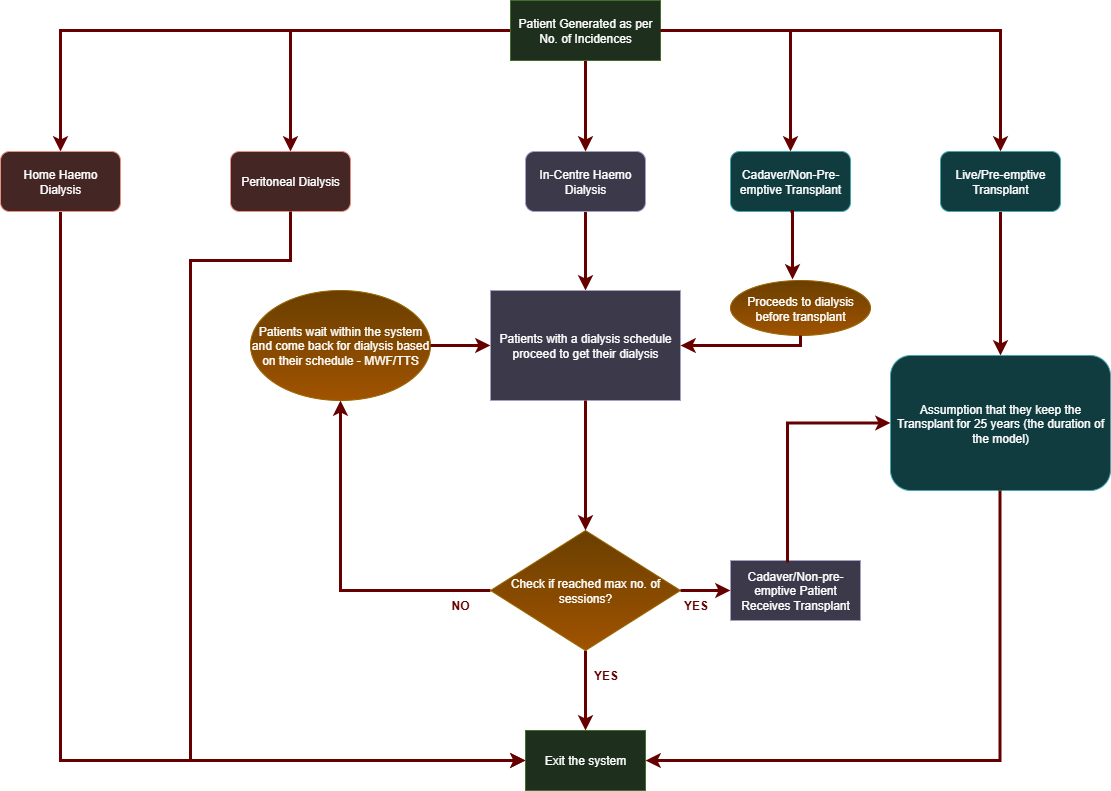
Above: flow 2.drawio.png in ScullyNHS/SouthWestRenalDES (draw.io), before the change. Source tidied: cells renumbered, new cells last; positions are measured from the earlier drawing's top-left corner, leaving out a move shared by most shapes.
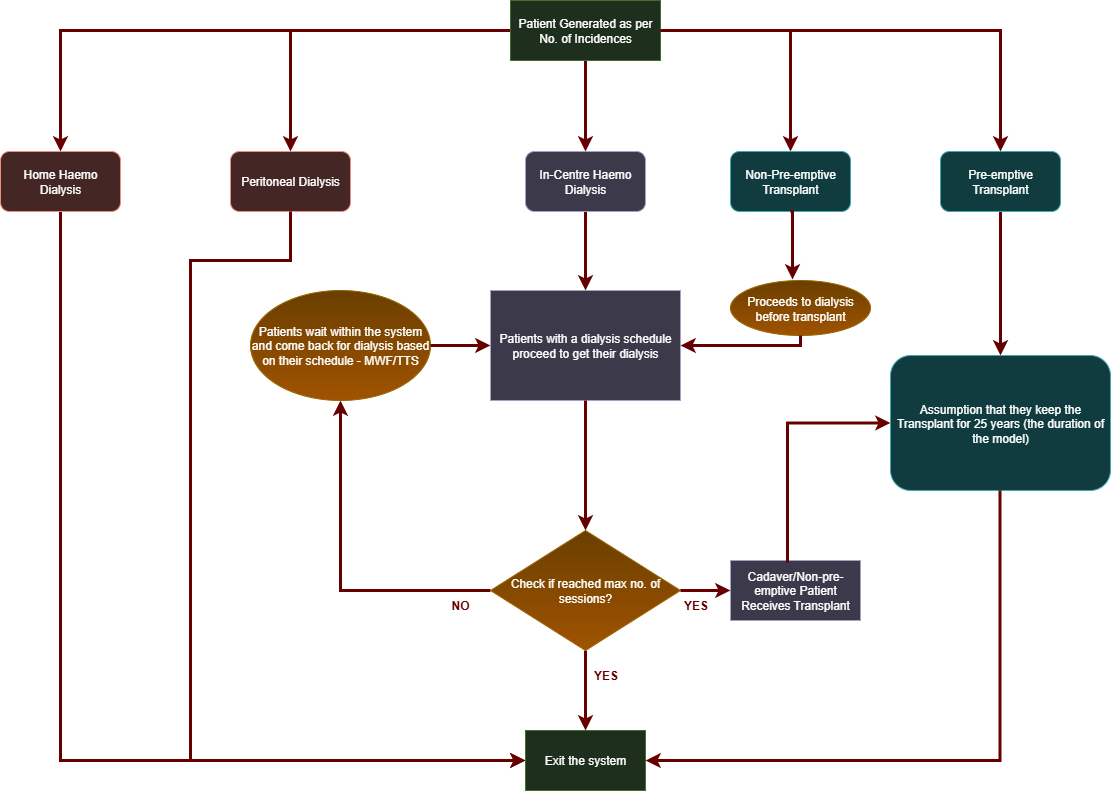
Later version of the same file.

Diff of the diagram source:
```diff
@@ -25,7 +25,7 @@
     <mxCell id="7" style="edgeStyle=orthogonalEdgeStyle;rounded=0;jettySize=auto;html=1;strokeColor=light-dark(#000000,#660000);strokeWidth=3;" parent="1" edge="1" source="8" target="21">
       <mxGeometry relative="1" as="geometry" />
     </mxCell>
-    <mxCell id="8" value="Live/Pre-emptive Transplant" style="rounded=1;whiteSpace=wrap;html=1;fillColor=#b0e3e6;strokeColor=#0e8088;" parent="1" vertex="1">
+    <mxCell id="8" value="Pre-emptive Transplant" style="rounded=1;whiteSpace=wrap;html=1;fillColor=#b0e3e6;strokeColor=#0e8088;" parent="1" vertex="1">
       <mxGeometry x="940" y="151" width="120" height="60" as="geometry" />
     </mxCell>
     <mxCell id="9" style="edgeStyle=orthogonalEdgeStyle;rounded=0;jettySize=auto;html=1;entryX=0.5;entryY=1;entryDx=0;entryDy=0;strokeColor=light-dark(#000000,#660000);strokeWidth=3;exitX=0;exitY=0.5;exitDx=0;exitDy=0;" parent="1" edge="1" source="13" target="11">
@@ -101,7 +101,7 @@
     <mxCell id="26" style="edgeStyle=orthogonalEdgeStyle;rounded=0;jettySize=auto;html=1;strokeColor=light-dark(#000000,#660000);strokeWidth=3;exitX=0.5;exitY=1;exitDx=0;exitDy=0;entryX=0.5;entryY=0;entryDx=0;entryDy=0;" parent="1" edge="1" source="10" target="13">
       <mxGeometry relative="1" as="geometry" />
     </mxCell>
-    <mxCell id="27" value="Cadaver/Non-Pre-emptive Transplant" style="rounded=1;whiteSpace=wrap;html=1;fillColor=#b0e3e6;strokeColor=#0e8088;" parent="1" vertex="1">
+    <mxCell id="27" value="Non-Pre-emptive Transplant" style="rounded=1;whiteSpace=wrap;html=1;fillColor=#b0e3e6;strokeColor=#0e8088;" parent="1" vertex="1">
       <mxGeometry x="730" y="151" width="120" height="60" as="geometry" />
     </mxCell>
     <mxCell id="28" style="edgeStyle=orthogonalEdgeStyle;rounded=0;orthogonalLoop=1;jettySize=auto;html=1;" parent="1" edge="1">
```
